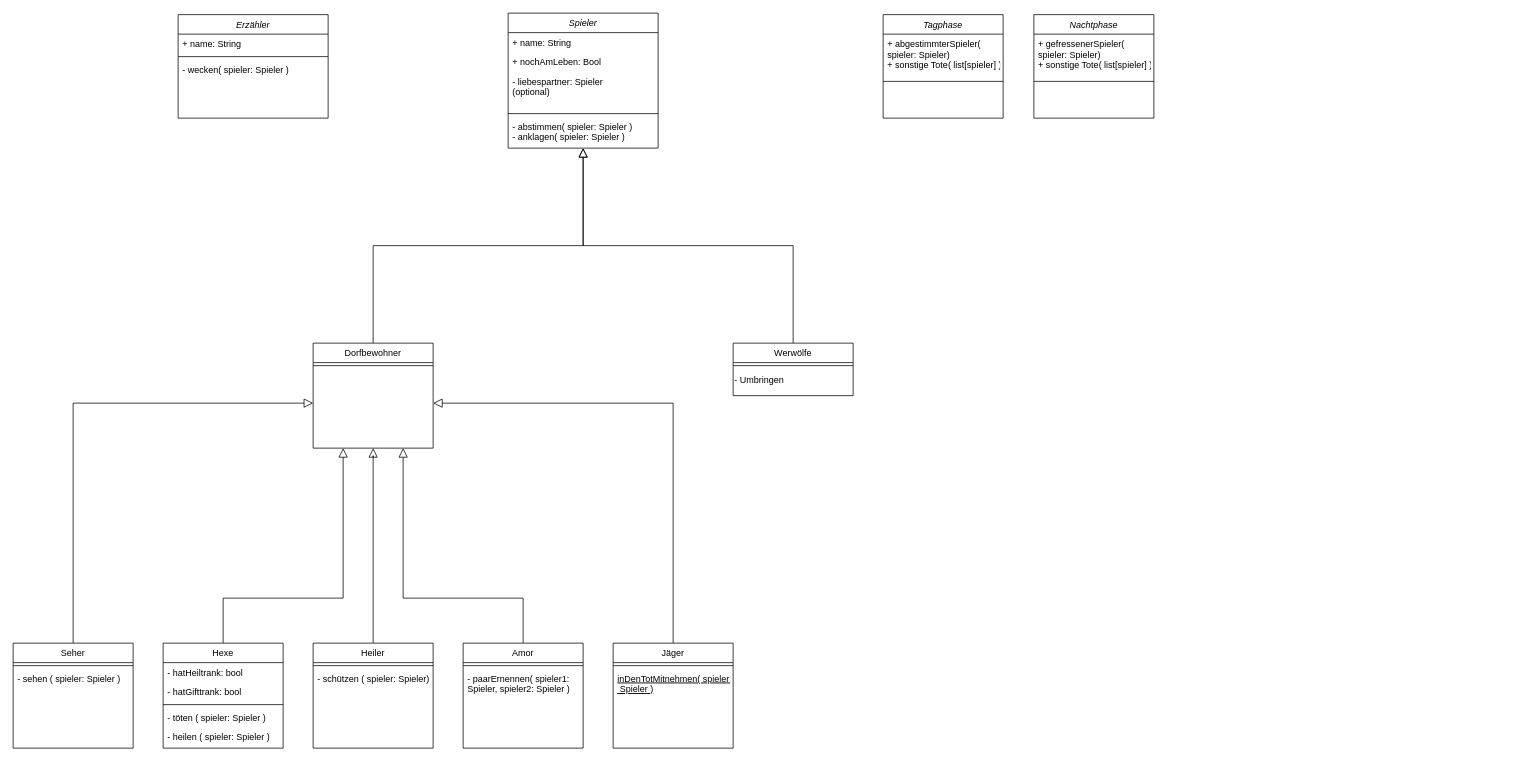
This is Werwolfklassendiagramm.drawio from nilstuerpedhbw/werwolf, a draw.io file, before an edit. Source tidied: cells renumbered, new cells numbered last; positions are measured from the earlier drawing's top-left corner, leaving out a move shared by most shapes. Both pictures are drawn from the tidied source at 75%, with x=0, y=0 at pixel (13, 13).
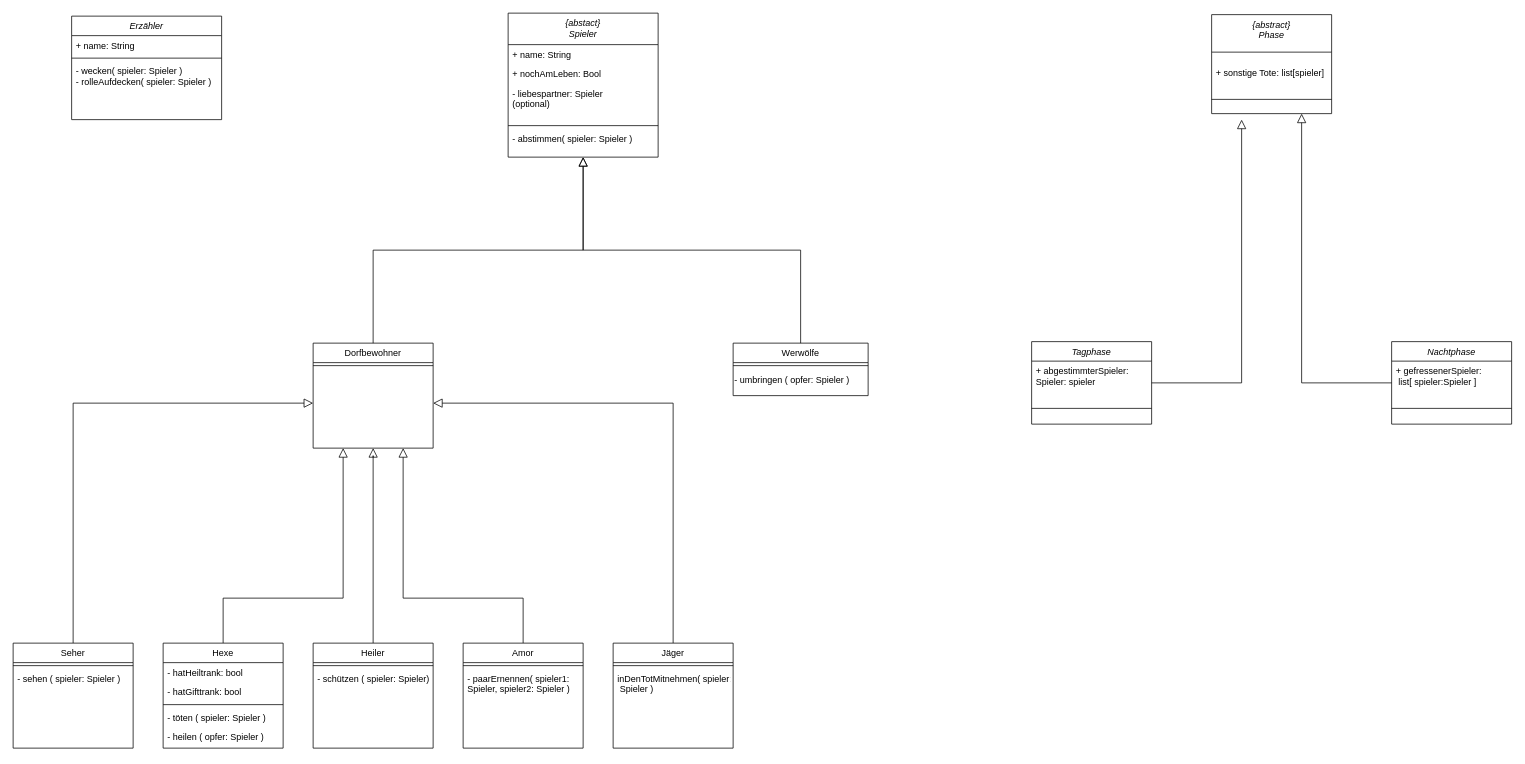
The same diagram, later.

The change refers to these unchanged cells:
```xml
<mxCell id="28" value="Jäger" style="swimlane;fontStyle=0;align=center;verticalAlign=top;horizontal=1;startSize=26;rounded=0;shadow=0;strokeWidth=1;" parent="1" vertex="1">
  <mxGeometry x="800" y="840" width="160" height="140" as="geometry" />
</mxCell>
<mxCell id="42" value="Hexe" style="swimlane;fontStyle=0;align=center;verticalAlign=top;horizontal=1;startSize=26;rounded=0;shadow=0;strokeWidth=1;" parent="1" vertex="1">
  <mxGeometry x="200" y="840" width="160" height="140" as="geometry" />
</mxCell>
```

Diff of the diagram source:
```diff
@@
-    <mxCell id="2" value="Spieler" style="swimlane;fontStyle=2;align=center;verticalAlign=top;horizontal=1;startSize=26;rounded=0;shadow=0;strokeWidth=1;" parent="1" vertex="1">
-      <mxGeometry x="660" width="200" height="180" as="geometry" />
+    <mxCell id="2" value="{abstact}&#10;Spieler&#10;" style="swimlane;fontStyle=2;align=center;verticalAlign=top;horizontal=1;startSize=42;rounded=0;shadow=0;strokeWidth=1;" parent="1" vertex="1">
+      <mxGeometry x="660" width="200" height="192" as="geometry" />
     </mxCell>
     <mxCell id="3" value="+ name: String" style="text;align=left;verticalAlign=top;spacingLeft=4;spacingRight=4;overflow=hidden;" parent="2" vertex="1">
-      <mxGeometry y="26" width="200" height="26" as="geometry" />
+      <mxGeometry y="42" width="200" height="26" as="geometry" />
     </mxCell>
     <mxCell id="4" value="+ nochAmLeben: Bool" style="text;align=left;verticalAlign=top;spacingLeft=4;spacingRight=4;overflow=hidden;rounded=0;shadow=0;html=0;" parent="2" vertex="1">
-      <mxGeometry y="52" width="200" height="26" as="geometry" />
+      <mxGeometry y="68" width="200" height="26" as="geometry" />
     </mxCell>
     <mxCell id="5" value="- liebespartner: Spieler &#10;(optional) &#10;" style="text;align=left;verticalAlign=top;spacingLeft=4;spacingRight=4;overflow=hidden;rounded=0;shadow=0;html=0;" parent="2" vertex="1">
-      <mxGeometry y="78" width="200" height="52" as="geometry" />
+      <mxGeometry y="94" width="200" height="52" as="geometry" />
     </mxCell>
     <mxCell id="6" style="line;html=1;strokeWidth=1;align=left;verticalAlign=middle;spacingTop=-1;spacingLeft=3;spacingRight=3;labelPosition=right;" parent="2" vertex="1">
-      <mxGeometry y="130" width="200" height="8" as="geometry" />
+      <mxGeometry y="146" width="200" height="8" as="geometry" />
     </mxCell>
-    <mxCell id="7" value="- abstimmen( spieler: Spieler )&#10;- anklagen( spieler: Spieler ) &#10;&#10;" style="text;align=left;verticalAlign=top;spacingLeft=4;spacingRight=4;overflow=hidden;" parent="2" vertex="1">
-      <mxGeometry y="138" width="200" height="38" as="geometry" />
+    <mxCell id="7" value="- abstimmen( spieler: Spieler )&#10;&#10;&#10;" style="text;align=left;verticalAlign=top;spacingLeft=4;spacingRight=4;overflow=hidden;" parent="2" vertex="1">
+      <mxGeometry y="154" width="200" height="38" as="geometry" />
     </mxCell>
@@
     <mxCell id="11" value="Werwölfe" style="swimlane;fontStyle=0;align=center;verticalAlign=top;horizontal=1;startSize=26;rounded=0;shadow=0;strokeWidth=1;" parent="1" vertex="1">
-      <mxGeometry x="960" y="440" width="160" height="70" as="geometry" />
+      <mxGeometry x="960" y="440" width="180" height="70" as="geometry" />
     </mxCell>
     <mxCell id="12" style="line;html=1;strokeWidth=1;align=left;verticalAlign=middle;spacingTop=-1;spacingLeft=3;spacingRight=3;labelPosition=right;" parent="11" vertex="1">
-      <mxGeometry y="26" width="160" height="8" as="geometry" />
+      <mxGeometry y="26" width="180" height="8" as="geometry" />
     </mxCell>
-    <mxCell id="13" value="- Umbringen" style="text;html=1;align=left;verticalAlign=middle;strokeColor=none;fillColor=none;" parent="11" vertex="1">
-      <mxGeometry y="34" width="160" height="30" as="geometry" />
+    <mxCell id="13" value="- umbringen ( opfer: Spieler )" style="text;html=1;align=left;verticalAlign=middle;strokeColor=none;fillColor=none;" parent="11" vertex="1">
+      <mxGeometry y="34" width="180" height="30" as="geometry" />
     </mxCell>
@@
-    <mxCell id="30" value="inDenTotMitnehmen( spieler:&#10; Spieler )" style="text;align=left;verticalAlign=top;spacingLeft=4;spacingRight=4;overflow=hidden;fontStyle=4;" parent="28" vertex="1">
+    <mxCell id="30" value="inDenTotMitnehmen( spieler:&#10; Spieler )" style="text;align=left;verticalAlign=top;spacingLeft=4;spacingRight=4;overflow=hidden;fontStyle=0;" parent="28" vertex="1">
       <mxGeometry y="34" width="160" height="46" as="geometry" />
     </mxCell>
@@
     <mxCell id="32" value="Erzähler" style="swimlane;fontStyle=2;align=center;verticalAlign=top;horizontal=1;startSize=26;rounded=0;shadow=0;strokeWidth=1;" parent="1" vertex="1">
-      <mxGeometry x="220" y="2" width="200" height="138" as="geometry" />
+      <mxGeometry x="78" y="4" width="200" height="138" as="geometry" />
     </mxCell>
@@
-    <mxCell id="35" value="- wecken( spieler: Spieler ) " style="text;align=left;verticalAlign=top;spacingLeft=4;spacingRight=4;overflow=hidden;" parent="32" vertex="1">
-      <mxGeometry y="60" width="200" height="26" as="geometry" />
+    <mxCell id="35" value="- wecken( spieler: Spieler )&#10;- rolleAufdecken( spieler: Spieler ) " style="text;align=left;verticalAlign=top;spacingLeft=4;spacingRight=4;overflow=hidden;" parent="32" vertex="1">
+      <mxGeometry y="60" width="200" height="50" as="geometry" />
     </mxCell>
+    <mxCell id="48" style="edgeStyle=orthogonalEdgeStyle;rounded=0;jettySize=auto;html=1;endArrow=block;endSize=10;endFill=0;shadow=0;strokeWidth=1;" parent="1" edge="1" source="36">
+      <mxGeometry relative="1" as="geometry">
+        <mxPoint x="1638" y="142" as="targetPoint" />
+        <Array as="points">
+          <mxPoint x="1638" y="493" />
+          <mxPoint x="1638" y="142" />
+        </Array>
+      </mxGeometry>
+    </mxCell>
     <mxCell id="36" value="Tagphase" style="swimlane;fontStyle=2;align=center;verticalAlign=top;horizontal=1;startSize=26;rounded=0;shadow=0;strokeWidth=1;" parent="1" vertex="1">
-      <mxGeometry x="1160" y="2" width="160" height="138" as="geometry" />
+      <mxGeometry x="1358" y="438" width="160" height="110" as="geometry" />
     </mxCell>
-    <mxCell id="37" value="+ abgestimmterSpieler( &#10;spieler: Spieler)&#10;+ sonstige Tote( list[spieler] )" style="text;align=left;verticalAlign=top;spacingLeft=4;spacingRight=4;overflow=hidden;" parent="36" vertex="1">
+    <mxCell id="37" value="+ abgestimmterSpieler: &#10;Spieler: spieler&#10;" style="text;align=left;verticalAlign=top;spacingLeft=4;spacingRight=4;overflow=hidden;" parent="36" vertex="1">
       <mxGeometry y="26" width="160" height="44" as="geometry" />
     </mxCell>
@@
+    <mxCell id="49" style="edgeStyle=orthogonalEdgeStyle;rounded=0;jettySize=auto;html=1;endArrow=block;endSize=10;endFill=0;shadow=0;strokeWidth=1;entryX=0.75;entryY=1;entryDx=0;entryDy=0;" parent="1" edge="1" source="39" target="50">
+      <mxGeometry relative="1" as="geometry">
+        <Array as="points">
+          <mxPoint x="1718" y="493" />
+        </Array>
+      </mxGeometry>
+    </mxCell>
     <mxCell id="39" value="Nachtphase" style="swimlane;fontStyle=2;align=center;verticalAlign=top;horizontal=1;startSize=26;rounded=0;shadow=0;strokeWidth=1;" parent="1" vertex="1">
-      <mxGeometry x="1361" y="2" width="160" height="138" as="geometry" />
+      <mxGeometry x="1838" y="438" width="160" height="110" as="geometry" />
     </mxCell>
-    <mxCell id="40" value="+ gefressenerSpieler( &#10;spieler: Spieler)&#10;+ sonstige Tote( list[spieler] )" style="text;align=left;verticalAlign=top;spacingLeft=4;spacingRight=4;overflow=hidden;" parent="39" vertex="1">
+    <mxCell id="40" value="+ gefressenerSpieler:&#10; list[ spieler:Spieler ]&#10;" style="text;align=left;verticalAlign=top;spacingLeft=4;spacingRight=4;overflow=hidden;" parent="39" vertex="1">
       <mxGeometry y="26" width="160" height="44" as="geometry" />
     </mxCell>
@@
-    <mxCell id="47" value="- heilen ( spieler: Spieler ) " style="text;align=left;verticalAlign=top;spacingLeft=4;spacingRight=4;overflow=hidden;" parent="42" vertex="1">
+    <mxCell id="47" value="- heilen ( opfer: Spieler ) " style="text;align=left;verticalAlign=top;spacingLeft=4;spacingRight=4;overflow=hidden;" parent="42" vertex="1">
       <mxGeometry y="112" width="160" height="28" as="geometry" />
     </mxCell>
+    <mxCell id="50" value="{abstract}&#10;Phase " style="swimlane;fontStyle=2;align=center;verticalAlign=top;horizontal=1;startSize=50;rounded=0;shadow=0;strokeWidth=1;" parent="1" vertex="1">
+      <mxGeometry x="1598" y="2" width="160" height="132" as="geometry" />
+    </mxCell>
+    <mxCell id="51" value="&#10;+ sonstige Tote: list[spieler] " style="text;align=left;verticalAlign=top;spacingLeft=4;spacingRight=4;overflow=hidden;" parent="50" vertex="1">
+      <mxGeometry y="50" width="160" height="44" as="geometry" />
+    </mxCell>
+    <mxCell id="52" style="line;html=1;strokeWidth=1;align=left;verticalAlign=middle;spacingTop=-1;spacingLeft=3;spacingRight=3;labelPosition=right;" parent="50" vertex="1">
+      <mxGeometry y="94" width="160" height="38" as="geometry" />
+    </mxCell>
```
